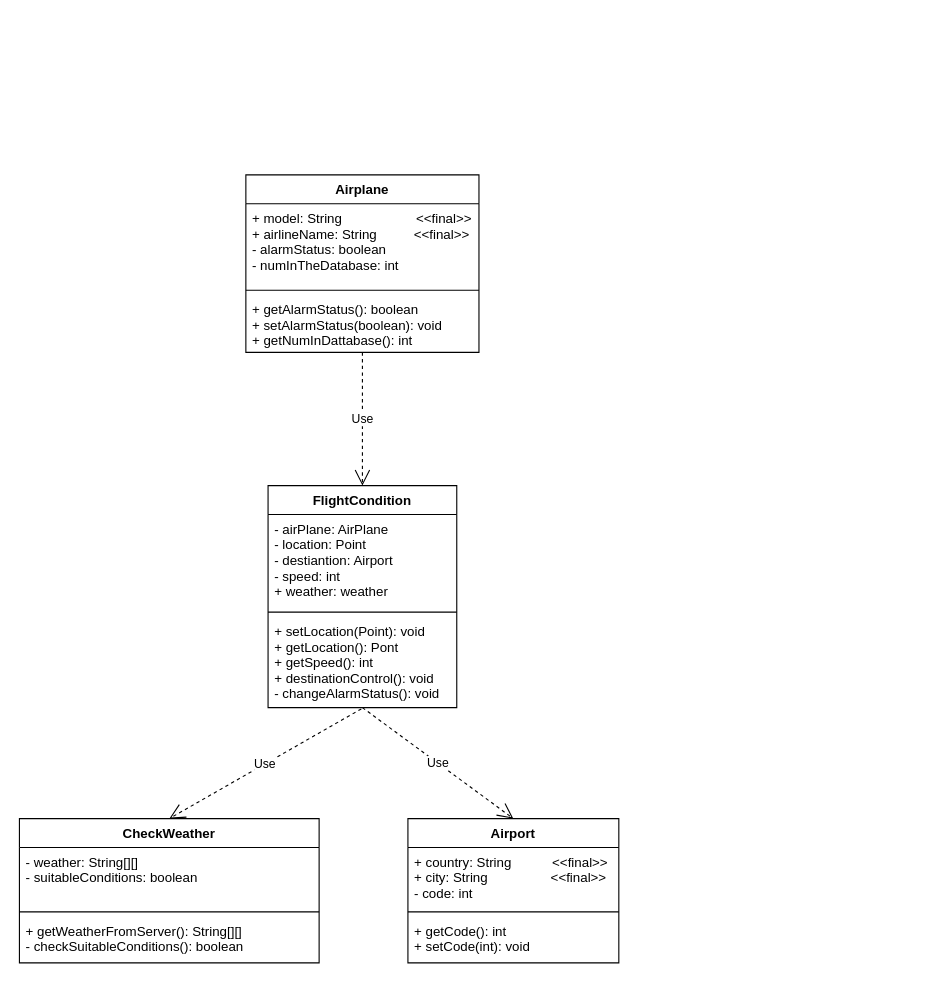
MaksimMogachev/adPlacementSystem keeps this draw.io diagram as task-2/3/airplane.drawio. Above is the earlier version. Source tidied: cells renumbered, new cells numbered last; positions are measured from the earlier drawing's top-left corner, leaving out a move shared by most shapes. Both pictures are drawn from the tidied source at 111%, with x=0, y=0 at pixel (19, 174).
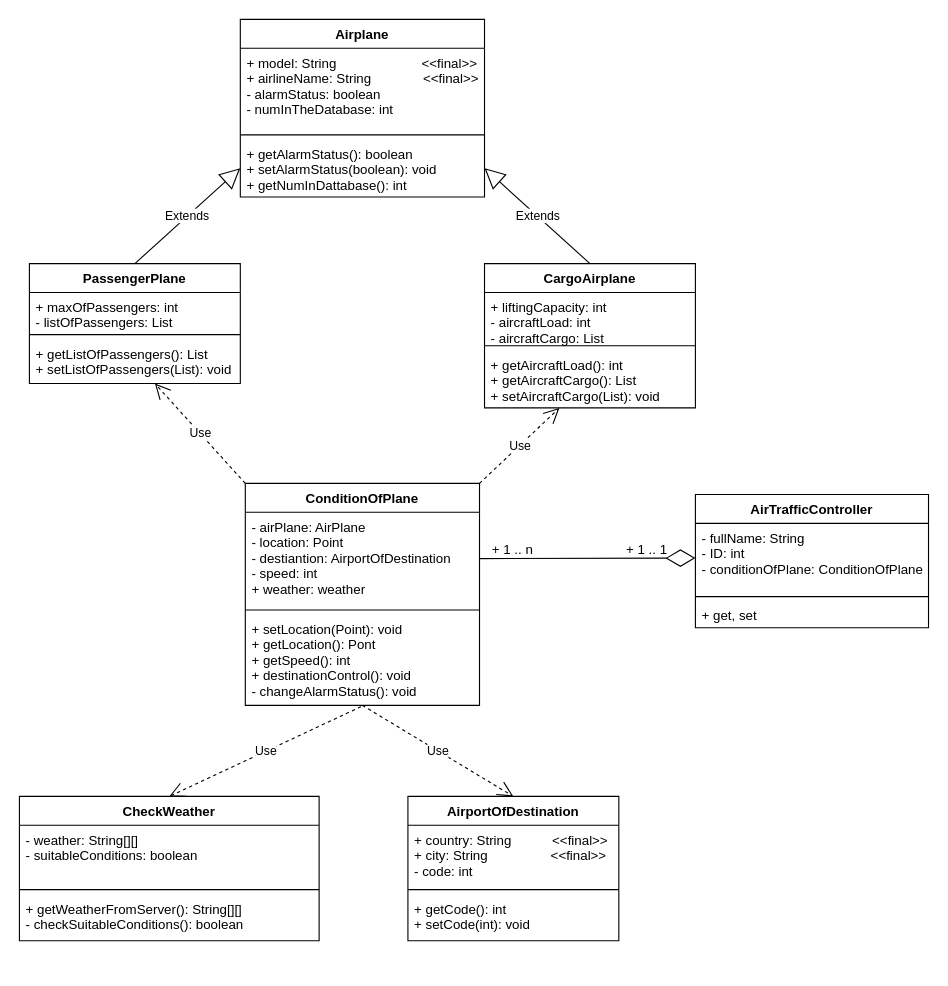
After the change.

The edit, as a diff of the source:
```diff
@@
     <mxCell id="2" value="Airplane" style="swimlane;fontStyle=1;align=center;verticalAlign=top;horizontal=1;startSize=26;" parent="1" vertex="1">
-      <mxGeometry x="204" width="210" height="160" as="geometry" />
+      <mxGeometry x="199" y="-140" width="220" height="160" as="geometry" />
     </mxCell>
-    <mxCell id="3" value="+ model: String                    &lt;&lt;final&gt;&gt;&#10;+ airlineName: String          &lt;&lt;final&gt;&gt;&#10;- alarmStatus: boolean&#10;- numInTheDatabase: int" style="text;strokeColor=none;fillColor=none;align=left;verticalAlign=top;spacingLeft=4;spacingRight=4;overflow=hidden;" parent="2" vertex="1">
-      <mxGeometry y="26" width="210" height="74" as="geometry" />
+    <mxCell id="3" value="+ model: String                       &lt;&lt;final&gt;&gt;&#10;+ airlineName: String              &lt;&lt;final&gt;&gt;&#10;- alarmStatus: boolean&#10;- numInTheDatabase: int" style="text;strokeColor=none;fillColor=none;align=left;verticalAlign=top;spacingLeft=4;spacingRight=4;overflow=hidden;" parent="2" vertex="1">
+      <mxGeometry y="26" width="220" height="74" as="geometry" />
     </mxCell>
     <mxCell id="4" style="line;strokeWidth=1;fillColor=none;align=left;verticalAlign=middle;spacingTop=-1;spacingLeft=3;spacingRight=3;labelPosition=right;" parent="2" vertex="1">
-      <mxGeometry y="100" width="210" height="8" as="geometry" />
+      <mxGeometry y="100" width="220" height="8" as="geometry" />
     </mxCell>
     <mxCell id="5" value="+ getAlarmStatus(): boolean&#10;+ setAlarmStatus(boolean): void&#10;+ getNumInDattabase(): int" style="text;strokeColor=none;fillColor=none;align=left;verticalAlign=top;spacingLeft=4;spacingRight=4;overflow=hidden;points=[[0,0.5],[1,0.5]];portConstraint=eastwest;" parent="2" vertex="1">
-      <mxGeometry y="108" width="210" height="52" as="geometry" />
+      <mxGeometry y="108" width="220" height="52" as="geometry" />
     </mxCell>
-    <mxCell id="6" value="FlightCondition" style="swimlane;fontStyle=1;align=center;verticalAlign=top;horizontal=1;startSize=26;" parent="1" vertex="1">
-      <mxGeometry x="224" y="280" width="170" height="200" as="geometry" />
+    <mxCell id="6" value="ConditionOfPlane" style="swimlane;fontStyle=1;align=center;verticalAlign=top;horizontal=1;startSize=26;" parent="1" vertex="1">
+      <mxGeometry x="203.5" y="278" width="211" height="200" as="geometry" />
     </mxCell>
-    <mxCell id="7" value="- airPlane: AirPlane&#10;- location: Point&#10;- destiantion: Airport&#10;- speed: int&#10;+ weather: weather" style="text;strokeColor=none;fillColor=none;align=left;verticalAlign=top;spacingLeft=4;spacingRight=4;overflow=hidden;points=[[0,0.5],[1,0.5]];portConstraint=eastwest;" parent="6" vertex="1">
-      <mxGeometry y="26" width="170" height="84" as="geometry" />
+    <mxCell id="7" value="- airPlane: AirPlane&#10;- location: Point&#10;- destiantion: AirportOfDestination&#10;- speed: int&#10;+ weather: weather" style="text;strokeColor=none;fillColor=none;align=left;verticalAlign=top;spacingLeft=4;spacingRight=4;overflow=hidden;points=[[0,0.5],[1,0.5]];portConstraint=eastwest;" parent="6" vertex="1">
+      <mxGeometry y="26" width="211" height="84" as="geometry" />
     </mxCell>
     <mxCell id="8" style="line;strokeWidth=1;fillColor=none;align=left;verticalAlign=middle;spacingTop=-1;spacingLeft=3;spacingRight=3;labelPosition=right;" parent="6" vertex="1">
-      <mxGeometry y="110" width="170" height="8" as="geometry" />
+      <mxGeometry y="110" width="211" height="8" as="geometry" />
     </mxCell>
     <mxCell id="9" value="+ setLocation(Point): void&#10;+ getLocation(): Pont&#10;+ getSpeed(): int&#10;+ destinationControl(): void&#10;- changeAlarmStatus(): void" style="text;strokeColor=none;fillColor=none;align=left;verticalAlign=top;spacingLeft=4;spacingRight=4;overflow=hidden;points=[[0,0.5],[1,0.5]];portConstraint=eastwest;" parent="6" vertex="1">
-      <mxGeometry y="118" width="170" height="82" as="geometry" />
+      <mxGeometry y="118" width="211" height="82" as="geometry" />
     </mxCell>
-    <mxCell id="10" value="Airport" style="swimlane;fontStyle=1;align=center;verticalAlign=top;horizontal=1;startSize=26;" parent="1" vertex="1">
-      <mxGeometry x="350" y="580" width="190" height="130" as="geometry" />
+    <mxCell id="10" value="AirportOfDestination" style="swimlane;fontStyle=1;align=center;verticalAlign=top;horizontal=1;startSize=26;" parent="1" vertex="1">
+      <mxGeometry x="350" y="560" width="190" height="130" as="geometry" />
     </mxCell>
@@
-    <mxCell id="14" value="Use" style="endArrow=open;endSize=12;dashed=1;html=1;entryX=0.5;entryY=0;entryDx=0;entryDy=0;" parent="1" edge="1" source="5" target="6">
-      <mxGeometry relative="1" as="geometry">
-        <Array as="points">
-          <mxPoint x="309" y="230" />
-        </Array>
-      </mxGeometry>
-    </mxCell>
@@
     <mxCell id="16" value="CheckWeather" style="swimlane;fontStyle=1;align=center;verticalAlign=top;horizontal=1;startSize=26;" parent="1" vertex="1">
-      <mxGeometry y="580" width="270" height="130" as="geometry" />
+      <mxGeometry y="560" width="270" height="130" as="geometry" />
     </mxCell>
@@
+    <mxCell id="21" value="PassengerPlane" style="swimlane;fontStyle=1;align=center;verticalAlign=top;horizontal=1;startSize=26;" parent="1" vertex="1">
+      <mxGeometry x="9" y="80" width="190" height="108" as="geometry" />
+    </mxCell>
+    <mxCell id="22" value="+ maxOfPassengers: int&#10;- listOfPassengers: List" style="text;strokeColor=none;fillColor=none;align=left;verticalAlign=top;spacingLeft=4;spacingRight=4;overflow=hidden;" parent="21" vertex="1">
+      <mxGeometry y="26" width="190" height="34" as="geometry" />
+    </mxCell>
+    <mxCell id="23" style="line;strokeWidth=1;fillColor=none;align=left;verticalAlign=middle;spacingTop=-1;spacingLeft=3;spacingRight=3;labelPosition=right;" parent="21" vertex="1">
+      <mxGeometry y="60" width="190" height="8" as="geometry" />
+    </mxCell>
+    <mxCell id="24" value="+ getListOfPassengers(): List&#10;+ setListOfPassengers(List): void" style="text;strokeColor=none;fillColor=none;align=left;verticalAlign=top;spacingLeft=4;spacingRight=4;overflow=hidden;points=[[0,0.5],[1,0.5]];portConstraint=eastwest;" parent="21" vertex="1">
+      <mxGeometry y="68" width="190" height="40" as="geometry" />
+    </mxCell>
+    <mxCell id="25" value="CargoAirplane" style="swimlane;fontStyle=1;align=center;verticalAlign=top;horizontal=1;startSize=26;" parent="1" vertex="1">
+      <mxGeometry x="419" y="80" width="190" height="130" as="geometry" />
+    </mxCell>
+    <mxCell id="26" value="+ liftingCapacity: int&#10;- aircraftLoad: int&#10;- aircraftCargo: List" style="text;strokeColor=none;fillColor=none;align=left;verticalAlign=top;spacingLeft=4;spacingRight=4;overflow=hidden;" parent="25" vertex="1">
+      <mxGeometry y="26" width="190" height="44" as="geometry" />
+    </mxCell>
+    <mxCell id="27" style="line;strokeWidth=1;fillColor=none;align=left;verticalAlign=middle;spacingTop=-1;spacingLeft=3;spacingRight=3;labelPosition=right;" parent="25" vertex="1">
+      <mxGeometry y="70" width="190" height="8" as="geometry" />
+    </mxCell>
+    <mxCell id="28" value="+ getAircraftLoad(): int&#10;+ getAircraftCargo(): List&#10;+ setAircraftCargo(List): void" style="text;strokeColor=none;fillColor=none;align=left;verticalAlign=top;spacingLeft=4;spacingRight=4;overflow=hidden;points=[[0,0.5],[1,0.5]];portConstraint=eastwest;" parent="25" vertex="1">
+      <mxGeometry y="78" width="190" height="52" as="geometry" />
+    </mxCell>
+    <mxCell id="29" value="AirTrafficController" style="swimlane;fontStyle=1;align=center;verticalAlign=top;horizontal=1;startSize=26;" parent="1" vertex="1">
+      <mxGeometry x="609" y="288" width="210" height="120" as="geometry" />
+    </mxCell>
+    <mxCell id="30" value="- fullName: String&#10;- ID: int&#10;- conditionOfPlane: ConditionOfPlane" style="text;strokeColor=none;fillColor=none;align=left;verticalAlign=top;spacingLeft=4;spacingRight=4;overflow=hidden;points=[[0,0.5],[1,0.5]];portConstraint=eastwest;" parent="29" vertex="1">
+      <mxGeometry y="26" width="210" height="62" as="geometry" />
+    </mxCell>
+    <mxCell id="31" style="line;strokeWidth=1;fillColor=none;align=left;verticalAlign=middle;spacingTop=-1;spacingLeft=3;spacingRight=3;labelPosition=right;" parent="29" vertex="1">
+      <mxGeometry y="88" width="210" height="8" as="geometry" />
+    </mxCell>
+    <mxCell id="32" value="+ get, set" style="text;strokeColor=none;fillColor=none;align=left;verticalAlign=top;spacingLeft=4;spacingRight=4;overflow=hidden;" parent="29" vertex="1">
+      <mxGeometry y="96" width="210" height="24" as="geometry" />
+    </mxCell>
+    <mxCell id="33" value="Extends" style="endArrow=block;endSize=16;endFill=0;html=1;exitX=0.5;exitY=0;exitDx=0;exitDy=0;entryX=0;entryY=0.5;entryDx=0;entryDy=0;" parent="1" edge="1" source="21" target="5">
+      <mxGeometry relative="1" as="geometry" />
+    </mxCell>
+    <mxCell id="34" value="Extends" style="endArrow=block;endSize=16;endFill=0;html=1;entryX=1;entryY=0.5;entryDx=0;entryDy=0;exitX=0.5;exitY=0;exitDx=0;exitDy=0;" parent="1" edge="1" source="25" target="5">
+      <mxGeometry relative="1" as="geometry" />
+    </mxCell>
+    <mxCell id="35" value="Use" style="endArrow=open;endSize=12;dashed=1;html=1;exitX=1;exitY=0;exitDx=0;exitDy=0;" parent="1" edge="1" source="6" target="28">
+      <mxGeometry relative="1" as="geometry" />
+    </mxCell>
+    <mxCell id="36" value="Use" style="endArrow=open;endSize=12;dashed=1;html=1;exitX=0;exitY=0;exitDx=0;exitDy=0;" parent="1" edge="1" source="6" target="24">
+      <mxGeometry relative="1" as="geometry" />
+    </mxCell>
+    <mxCell id="37" value="+ 1 .. n" style="text;html=1;align=center;verticalAlign=middle;" parent="1" vertex="1">
+      <mxGeometry x="419" y="328" width="50" height="20" as="geometry" />
+    </mxCell>
+    <mxCell id="38" style="endArrow=diamondThin;endFill=0;endSize=24;html=1;" parent="1" edge="1" source="7" target="30">
+      <mxGeometry relative="1" as="geometry" />
+    </mxCell>
+    <mxCell id="39" value="+ 1 .. 1" style="text;html=1;align=center;verticalAlign=middle;" parent="1" vertex="1">
+      <mxGeometry x="540" y="328" width="50" height="20" as="geometry" />
+    </mxCell>
```
